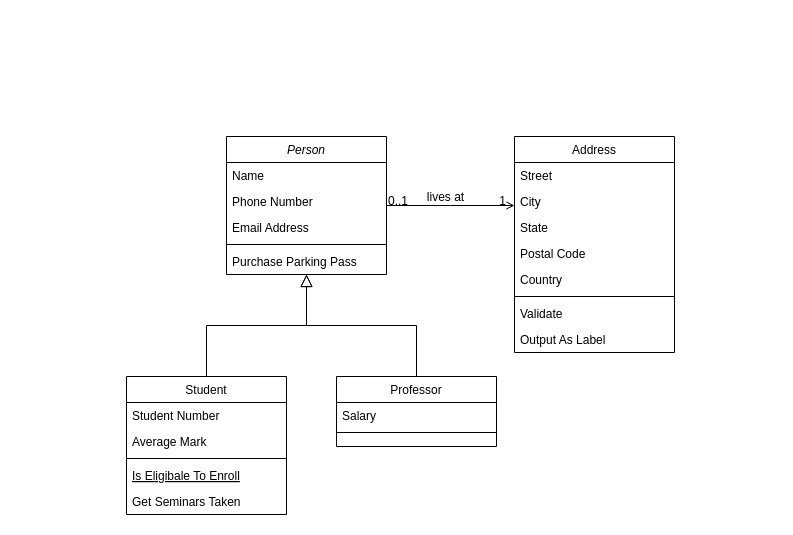
Before: Untitled Diagram.drawio in SalvadorLekan/day-3-with-manifest, a draw.io diagram. Source tidied: cells renumbered, new cells numbered last; positions are measured from the earlier drawing's top-left corner, leaving out a move shared by most shapes. Both pictures are drawn from the tidied source at 100%, with x=0, y=0 at pixel (126, 136).
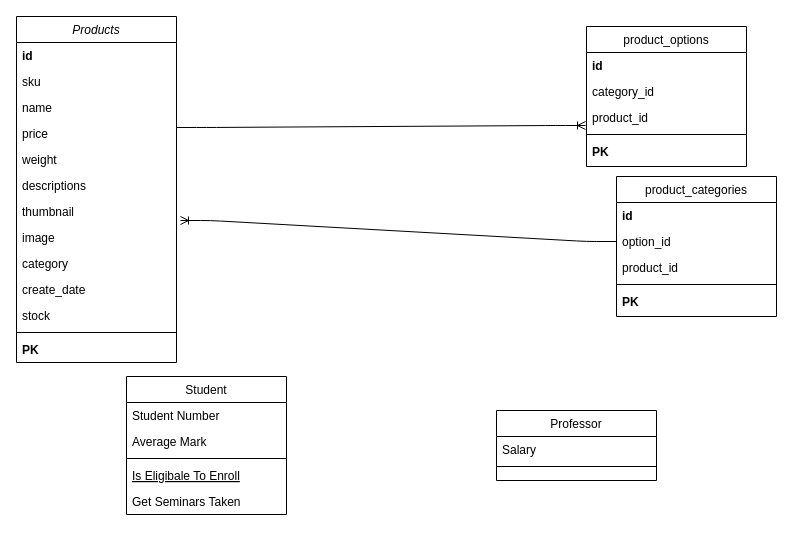
The same diagram, later.

The change refers to these unchanged cells:
```xml
<mxCell id="8" value="Student" style="swimlane;fontStyle=0;align=center;verticalAlign=top;horizontal=1;startSize=26;rounded=0;shadow=0;strokeWidth=1;" parent="1" vertex="1">
  <mxGeometry y="240" width="160" height="138" as="geometry" />
</mxCell>
```

Change to the diagram source:
```diff
@@
-    <mxCell id="2" value="Person" style="swimlane;fontStyle=2;align=center;verticalAlign=top;horizontal=1;startSize=26;rounded=0;shadow=0;strokeWidth=1;" parent="1" vertex="1">
-      <mxGeometry x="100" width="160" height="138" as="geometry" />
+    <mxCell id="2" value="Products" style="swimlane;fontStyle=2;align=center;verticalAlign=top;horizontal=1;startSize=26;rounded=0;shadow=0;strokeWidth=1;" parent="1" vertex="1">
+      <mxGeometry x="-110" y="-120" width="160" height="346" as="geometry" />
     </mxCell>
-    <mxCell id="3" value="Name" style="text;align=left;verticalAlign=top;spacingLeft=4;spacingRight=4;overflow=hidden;" parent="2" vertex="1">
+    <mxCell id="3" value="id" style="text;align=left;verticalAlign=top;spacingLeft=4;spacingRight=4;overflow=hidden;fontStyle=1;" parent="2" vertex="1">
       <mxGeometry y="26" width="160" height="26" as="geometry" />
     </mxCell>
-    <mxCell id="4" value="Phone Number" style="text;align=left;verticalAlign=top;spacingLeft=4;spacingRight=4;overflow=hidden;rounded=0;shadow=0;html=0;" parent="2" vertex="1">
+    <mxCell id="4" value="sku" style="text;align=left;verticalAlign=top;spacingLeft=4;spacingRight=4;overflow=hidden;rounded=0;shadow=0;html=0;" parent="2" vertex="1">
       <mxGeometry y="52" width="160" height="26" as="geometry" />
     </mxCell>
+    <mxCell id="32" value="name" style="text;align=left;verticalAlign=top;spacingLeft=4;spacingRight=4;overflow=hidden;rounded=0;shadow=0;html=0;" parent="2" vertex="1">
+      <mxGeometry y="78" width="160" height="26" as="geometry" />
+    </mxCell>
-    <mxCell id="5" value="Email Address" style="text;align=left;verticalAlign=top;spacingLeft=4;spacingRight=4;overflow=hidden;points=[[0,0.5],[1,0.5]];portConstraint=eastwest;rounded=0;shadow=0;html=0;" parent="2" vertex="1">
-      <mxGeometry y="78" width="160" height="26" as="geometry" />
+    <mxCell id="5" value="price" style="text;align=left;verticalAlign=top;spacingLeft=4;spacingRight=4;overflow=hidden;points=[[0,0.5],[1,0.5]];portConstraint=eastwest;rounded=0;shadow=0;html=0;" parent="2" vertex="1">
+      <mxGeometry y="104" width="160" height="26" as="geometry" />
     </mxCell>
+    <mxCell id="33" value="weight" style="text;align=left;verticalAlign=top;spacingLeft=4;spacingRight=4;overflow=hidden;rounded=0;shadow=0;html=0;" parent="2" vertex="1">
+      <mxGeometry y="130" width="160" height="26" as="geometry" />
+    </mxCell>
+    <mxCell id="34" value="descriptions" style="text;align=left;verticalAlign=top;spacingLeft=4;spacingRight=4;overflow=hidden;rounded=0;shadow=0;html=0;" parent="2" vertex="1">
+      <mxGeometry y="156" width="160" height="26" as="geometry" />
+    </mxCell>
+    <mxCell id="35" value="thumbnail" style="text;align=left;verticalAlign=top;spacingLeft=4;spacingRight=4;overflow=hidden;rounded=0;shadow=0;html=0;" parent="2" vertex="1">
+      <mxGeometry y="182" width="160" height="26" as="geometry" />
+    </mxCell>
+    <mxCell id="36" value="image" style="text;align=left;verticalAlign=top;spacingLeft=4;spacingRight=4;overflow=hidden;points=[[0,0.5],[1,0.5]];portConstraint=eastwest;rounded=0;shadow=0;html=0;" parent="2" vertex="1">
+      <mxGeometry y="208" width="160" height="26" as="geometry" />
+    </mxCell>
+    <mxCell id="37" value="category" style="text;align=left;verticalAlign=top;spacingLeft=4;spacingRight=4;overflow=hidden;rounded=0;shadow=0;html=0;" parent="2" vertex="1">
+      <mxGeometry y="234" width="160" height="26" as="geometry" />
+    </mxCell>
+    <mxCell id="38" value="create_date" style="text;align=left;verticalAlign=top;spacingLeft=4;spacingRight=4;overflow=hidden;rounded=0;shadow=0;html=0;" parent="2" vertex="1">
+      <mxGeometry y="260" width="160" height="26" as="geometry" />
+    </mxCell>
+    <mxCell id="39" value="stock" style="text;align=left;verticalAlign=top;spacingLeft=4;spacingRight=4;overflow=hidden;rounded=0;shadow=0;html=0;" parent="2" vertex="1">
+      <mxGeometry y="286" width="160" height="26" as="geometry" />
+    </mxCell>
     <mxCell id="6" style="line;html=1;strokeWidth=1;align=left;verticalAlign=middle;spacingTop=-1;spacingLeft=3;spacingRight=3;labelPosition=right;" parent="2" vertex="1">
-      <mxGeometry y="104" width="160" height="8" as="geometry" />
+      <mxGeometry y="312" width="160" height="8" as="geometry" />
     </mxCell>
-    <mxCell id="7" value="Purchase Parking Pass" style="text;align=left;verticalAlign=top;spacingLeft=4;spacingRight=4;overflow=hidden;" parent="2" vertex="1">
-      <mxGeometry y="112" width="160" height="26" as="geometry" />
+    <mxCell id="7" value="PK" style="text;align=left;verticalAlign=top;spacingLeft=4;spacingRight=4;overflow=hidden;fontStyle=1;" parent="2" vertex="1">
+      <mxGeometry y="320" width="160" height="26" as="geometry" />
     </mxCell>
@@
-    <mxCell id="14" style="endArrow=block;endSize=10;endFill=0;shadow=0;strokeWidth=1;rounded=0;edgeStyle=elbowEdgeStyle;elbow=vertical;" parent="1" edge="1" source="8" target="2">
-      <mxGeometry relative="1" as="geometry" />
-    </mxCell>
     <mxCell id="15" value="Professor" style="swimlane;fontStyle=0;align=center;verticalAlign=top;horizontal=1;startSize=26;rounded=0;shadow=0;strokeWidth=1;" parent="1" vertex="1">
-      <mxGeometry x="210" y="240" width="160" height="70" as="geometry" />
+      <mxGeometry x="370" y="274" width="160" height="70" as="geometry" />
     </mxCell>
@@
-    <mxCell id="18" style="endArrow=block;endSize=10;endFill=0;shadow=0;strokeWidth=1;rounded=0;edgeStyle=elbowEdgeStyle;elbow=vertical;" parent="1" edge="1" source="15" target="2">
-      <mxGeometry relative="1" as="geometry" />
-    </mxCell>
-    <mxCell id="19" value="Address" style="swimlane;fontStyle=0;align=center;verticalAlign=top;horizontal=1;startSize=26;rounded=0;shadow=0;strokeWidth=1;" parent="1" vertex="1">
-      <mxGeometry x="388" width="160" height="216" as="geometry" />
+    <mxCell id="19" value="product_options" style="swimlane;fontStyle=0;align=center;verticalAlign=top;horizontal=1;startSize=26;rounded=0;shadow=0;strokeWidth=1;" parent="1" vertex="1">
+      <mxGeometry x="460" y="-110" width="160" height="140" as="geometry" />
     </mxCell>
-    <mxCell id="20" value="Street" style="text;align=left;verticalAlign=top;spacingLeft=4;spacingRight=4;overflow=hidden;" parent="19" vertex="1">
+    <mxCell id="20" value="id" style="text;align=left;verticalAlign=top;spacingLeft=4;spacingRight=4;overflow=hidden;fontStyle=1;" parent="19" vertex="1">
       <mxGeometry y="26" width="160" height="26" as="geometry" />
     </mxCell>
-    <mxCell id="21" value="City" style="text;align=left;verticalAlign=top;spacingLeft=4;spacingRight=4;overflow=hidden;rounded=0;shadow=0;html=0;" parent="19" vertex="1">
+    <mxCell id="21" value="category_id" style="text;align=left;verticalAlign=top;spacingLeft=4;spacingRight=4;overflow=hidden;rounded=0;shadow=0;html=0;" parent="19" vertex="1">
       <mxGeometry y="52" width="160" height="26" as="geometry" />
     </mxCell>
-    <mxCell id="22" value="State" style="text;align=left;verticalAlign=top;spacingLeft=4;spacingRight=4;overflow=hidden;points=[[0,0.5],[1,0.5]];portConstraint=eastwest;rounded=0;shadow=0;html=0;" parent="19" vertex="1">
+    <mxCell id="22" value="product_id" style="text;align=left;verticalAlign=top;spacingLeft=4;spacingRight=4;overflow=hidden;points=[[0,0.5],[1,0.5]];portConstraint=eastwest;rounded=0;shadow=0;html=0;" parent="19" vertex="1">
       <mxGeometry y="78" width="160" height="26" as="geometry" />
     </mxCell>
-    <mxCell id="23" value="Postal Code" style="text;align=left;verticalAlign=top;spacingLeft=4;spacingRight=4;overflow=hidden;rounded=0;shadow=0;html=0;" parent="19" vertex="1">
-      <mxGeometry y="104" width="160" height="26" as="geometry" />
-    </mxCell>
-    <mxCell id="24" value="Country" style="text;align=left;verticalAlign=top;spacingLeft=4;spacingRight=4;overflow=hidden;rounded=0;shadow=0;html=0;" parent="19" vertex="1">
-      <mxGeometry y="130" width="160" height="26" as="geometry" />
-    </mxCell>
     <mxCell id="25" style="line;html=1;strokeWidth=1;align=left;verticalAlign=middle;spacingTop=-1;spacingLeft=3;spacingRight=3;labelPosition=right;" parent="19" vertex="1">
-      <mxGeometry y="156" width="160" height="8" as="geometry" />
+      <mxGeometry y="104" width="160" height="8" as="geometry" />
     </mxCell>
-    <mxCell id="26" value="Validate" style="text;align=left;verticalAlign=top;spacingLeft=4;spacingRight=4;overflow=hidden;" parent="19" vertex="1">
-      <mxGeometry y="164" width="160" height="26" as="geometry" />
+    <mxCell id="26" value="PK" style="text;align=left;verticalAlign=top;spacingLeft=4;spacingRight=4;overflow=hidden;fontStyle=1;" parent="19" vertex="1">
+      <mxGeometry y="112" width="160" height="26" as="geometry" />
     </mxCell>
-    <mxCell id="27" value="Output As Label" style="text;align=left;verticalAlign=top;spacingLeft=4;spacingRight=4;overflow=hidden;" parent="19" vertex="1">
-      <mxGeometry y="190" width="160" height="26" as="geometry" />
-    </mxCell>
-    <mxCell id="28" style="endArrow=open;shadow=0;strokeWidth=1;rounded=0;endFill=1;edgeStyle=elbowEdgeStyle;elbow=vertical;" parent="1" edge="1" source="2" target="19">
-      <mxGeometry x="0.5" y="41" relative="1" as="geometry">
-        <mxPoint x="-40" y="32" as="offset" />
-      </mxGeometry>
-    </mxCell>
-    <mxCell id="29" value="0..1" style="align=left;verticalAlign=bottom;labelBackgroundColor=none;fontSize=12;" parent="28" vertex="1">
-      <mxGeometry x="-1" relative="1" as="geometry">
-        <mxPoint y="4" as="offset" />
-      </mxGeometry>
-    </mxCell>
-    <mxCell id="30" value="1" style="align=right;verticalAlign=bottom;labelBackgroundColor=none;fontSize=12;" parent="28" vertex="1">
-      <mxGeometry x="1" relative="1" as="geometry">
-        <mxPoint x="-7" y="4" as="offset" />
-      </mxGeometry>
-    </mxCell>
-    <mxCell id="31" value="lives at" style="text;html=1;align=center;verticalAlign=middle;labelBackgroundColor=none;rounded=0;shadow=0;strokeWidth=1;fontSize=12;" parent="28" vertex="1">
-      <mxGeometry x="0.5" y="49" relative="1" as="geometry">
-        <mxPoint x="-38" y="40" as="offset" />
-      </mxGeometry>
-    </mxCell>
+    <mxCell id="40" style="edgeStyle=entityRelationEdgeStyle;fontSize=12;html=1;endArrow=ERoneToMany;entryX=-0.006;entryY=0.808;entryDx=0;entryDy=0;entryPerimeter=0;exitX=1;exitY=0.269;exitDx=0;exitDy=0;exitPerimeter=0;" parent="1" edge="1" source="5" target="22">
+      <mxGeometry relative="1" as="geometry" />
+    </mxCell>
+    <mxCell id="41" style="edgeStyle=entityRelationEdgeStyle;fontSize=12;html=1;endArrow=ERoneToMany;entryX=1.025;entryY=-0.154;entryDx=0;entryDy=0;entryPerimeter=0;exitX=0;exitY=0.5;exitDx=0;exitDy=0;" parent="1" edge="1" source="44" target="36">
+      <mxGeometry relative="1" as="geometry" />
+    </mxCell>
+    <mxCell id="42" value="product_categories" style="swimlane;fontStyle=0;align=center;verticalAlign=top;horizontal=1;startSize=26;rounded=0;shadow=0;strokeWidth=1;" parent="1" vertex="1">
+      <mxGeometry x="490" y="40" width="160" height="140" as="geometry" />
+    </mxCell>
+    <mxCell id="43" value="id" style="text;align=left;verticalAlign=top;spacingLeft=4;spacingRight=4;overflow=hidden;fontStyle=1;" parent="42" vertex="1">
+      <mxGeometry y="26" width="160" height="26" as="geometry" />
+    </mxCell>
+    <mxCell id="44" value="option_id" style="text;align=left;verticalAlign=top;spacingLeft=4;spacingRight=4;overflow=hidden;points=[[0,0.5],[1,0.5]];portConstraint=eastwest;rounded=0;shadow=0;html=0;" parent="42" vertex="1">
+      <mxGeometry y="52" width="160" height="26" as="geometry" />
+    </mxCell>
+    <mxCell id="45" value="product_id" style="text;align=left;verticalAlign=top;spacingLeft=4;spacingRight=4;overflow=hidden;rounded=0;shadow=0;html=0;" parent="42" vertex="1">
+      <mxGeometry y="78" width="160" height="26" as="geometry" />
+    </mxCell>
+    <mxCell id="46" style="line;html=1;strokeWidth=1;align=left;verticalAlign=middle;spacingTop=-1;spacingLeft=3;spacingRight=3;labelPosition=right;" parent="42" vertex="1">
+      <mxGeometry y="104" width="160" height="8" as="geometry" />
+    </mxCell>
+    <mxCell id="47" value="PK" style="text;align=left;verticalAlign=top;spacingLeft=4;spacingRight=4;overflow=hidden;fontStyle=1;" parent="42" vertex="1">
+      <mxGeometry y="112" width="160" height="26" as="geometry" />
+    </mxCell>
```
